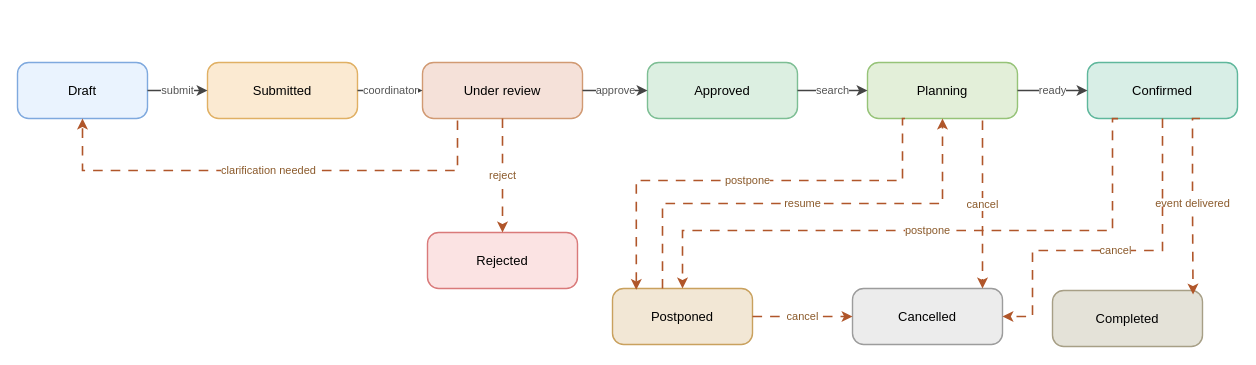
Before: docs/ConnectSphere_Status_Lifecycle.drawio in kchoongg/IS212, a draw.io diagram. Source tidied: cells renumbered, new cells numbered last; positions are measured from the earlier drawing's top-left corner, leaving out a move shared by most shapes. Both pictures are drawn from the tidied source at 100%, with x=0, y=0 at pixel (17, 62).
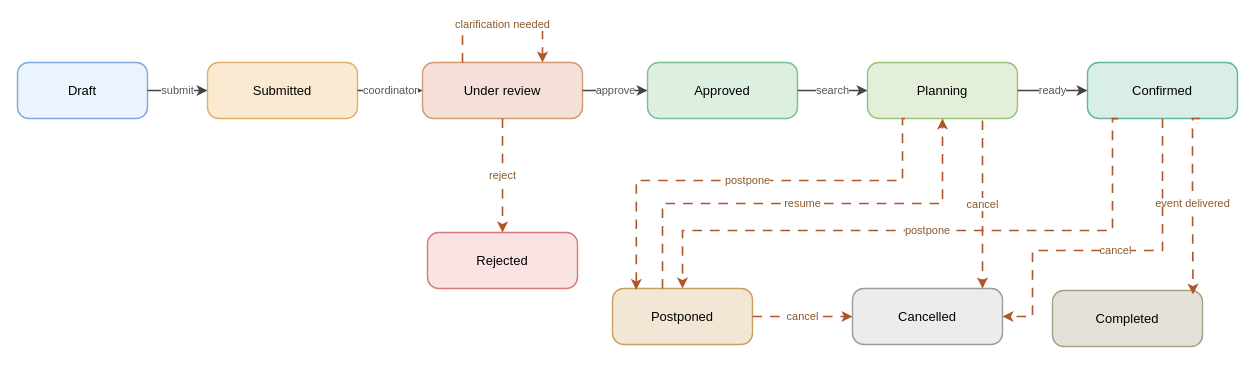
The same diagram, later.

Commit message (it also covers changes not shown here):
Fix clarification-loop target to Under review in both diagrams, link diagrams from DOCUMENTATION.md

The change refers to these unchanged cells:
```xml
<mxCell id="2" value="Draft" style="rounded=1;arcSize=20;whiteSpace=wrap;html=1;fontSize=13;strokeWidth=1.4;fillColor=#EAF3FE;strokeColor=#7FA9DE;" parent="1" vertex="1">
  <mxGeometry width="130" height="56" as="geometry" />
</mxCell>
<mxCell id="4" value="Under review" style="rounded=1;arcSize=20;whiteSpace=wrap;html=1;fontSize=13;strokeWidth=1.4;fillColor=#F5E1D9;strokeColor=#D19A73;" parent="1" vertex="1">
  <mxGeometry x="405" width="160" height="56" as="geometry" />
</mxCell>
```

What changed in the source:
```diff
@@
-    <mxCell id="14" value="clarification needed" style="edgeStyle=orthogonalEdgeStyle;rounded=0;html=1;strokeColor=#B0562A;strokeWidth=1.6;dashed=1;dashPattern=6 5;fontSize=11;fontColor=#8B5A2B;jettySize=auto;exitX=0;exitY=0.5;exitDx=0;exitDy=0;entryX=0.5;entryY=1;entryDx=0;entryDy=0;" parent="1" edge="1" target="2">
+    <mxCell id="14" value="clarification needed" style="edgeStyle=orthogonalEdgeStyle;rounded=0;html=1;strokeColor=#B0562A;strokeWidth=1.6;dashed=1;dashPattern=6 5;fontSize=11;fontColor=#8B5A2B;jettySize=auto;exitX=0.25;exitY=0;exitDx=0;exitDy=0;entryX=0.75;entryY=0;entryDx=0;entryDy=0;" parent="1" edge="1" source="4" target="4">
       <mxGeometry relative="1" as="geometry">
-        <mxPoint x="440" y="58" as="sourcePoint" />
         <Array as="points">
-          <mxPoint x="440.1" y="108" />
-          <mxPoint x="65" y="108" />
+          <mxPoint x="445" y="-38" />
+          <mxPoint x="525" y="-38" />
         </Array>
       </mxGeometry>
     </mxCell>
```
